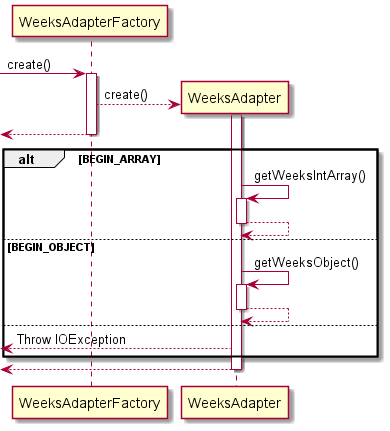
Before: docs/uml-diagrams/WeeksRead.png, a diagram exported from PlantUML (nus-cs2113-AY2122S1/tp).
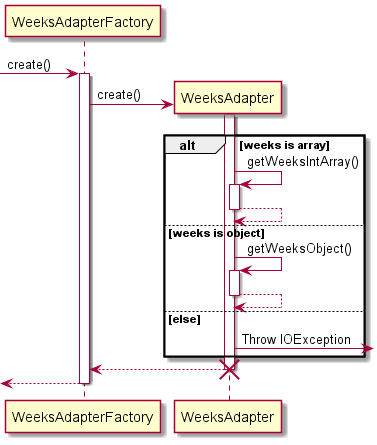
The same diagram one commit later.

What changed in the source:
```diff
@@ -3,27 +3,28 @@
 [-> WeeksAdapterFactory : create()
 activate WeeksAdapterFactory
 
-WeeksAdapterFactory --> WeeksAdapter** : create()
+WeeksAdapterFactory -> WeeksAdapter** : create()
 activate WeeksAdapter
+
+alt weeks is array
+    WeeksAdapter -> WeeksAdapter : getWeeksIntArray()
+    activate WeeksAdapter
+    WeeksAdapter --> WeeksAdapter
+    deactivate WeeksAdapter
+else weeks is object
+    WeeksAdapter -> WeeksAdapter : getWeeksObject()
+    activate WeeksAdapter
+    WeeksAdapter --> WeeksAdapter
+    deactivate WeeksAdapter
+else else
+    WeeksAdapter -> : Throw IOException
+end
+
+WeeksAdapter-->WeeksAdapterFactory
+deactivate WeeksAdapter
+  destroy WeeksAdapter
 
 <-- WeeksAdapterFactory
 deactivate WeeksAdapterFactory
 
-alt BEGIN_ARRAY
-    WeeksAdapter -> WeeksAdapter : getWeeksIntArray()
-    activate WeeksAdapter
-    WeeksAdapter --> WeeksAdapter
-    deactivate WeeksAdapter
-else BEGIN_OBJECT
-    WeeksAdapter -> WeeksAdapter : getWeeksObject()
-    activate WeeksAdapter
-    WeeksAdapter --> WeeksAdapter
-    deactivate WeeksAdapter
-else
-    <-- WeeksAdapter : Throw IOException
-end
-
-<-- WeeksAdapter
-deactivate WeeksAdapter
-
 @enduml
```
